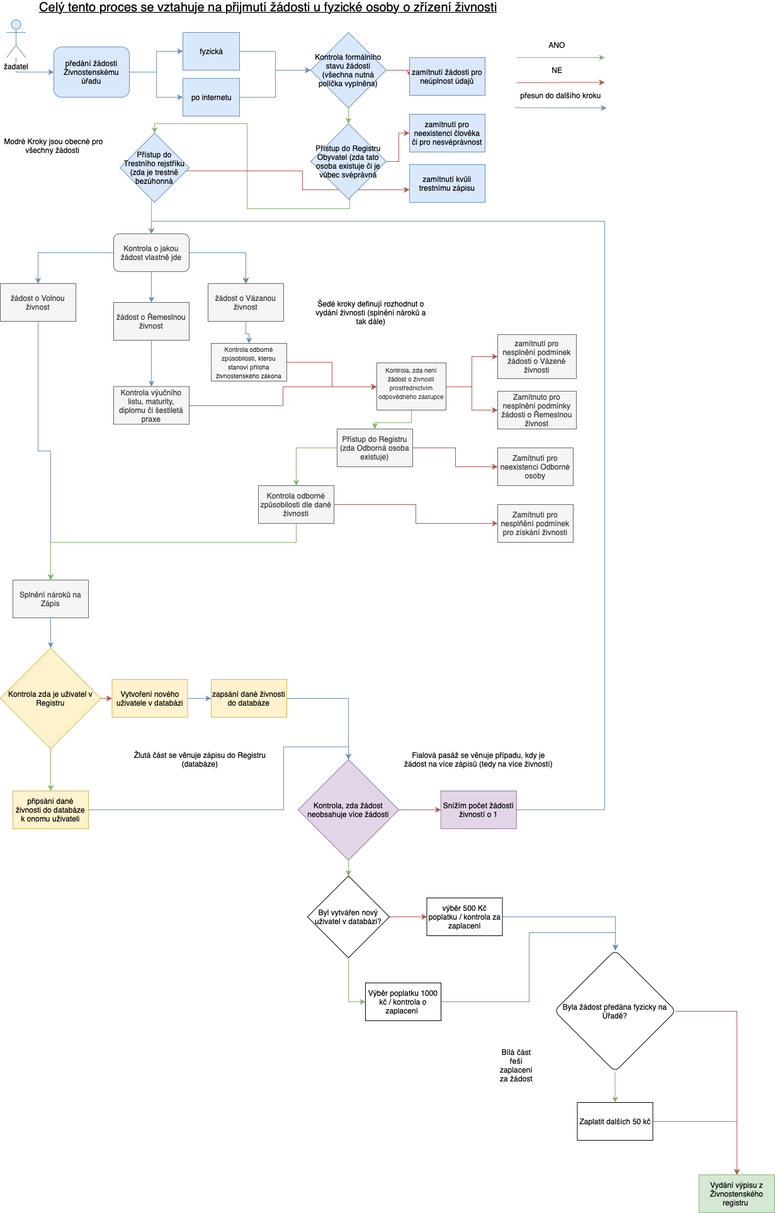
ridlees/Zivnostensky_urad keeps this draw.io diagram as Registrace živnostníka - proces.png. Above is the earlier version. Source tidied: cells renumbered, new cells last; positions are measured from the earlier drawing's top-left corner, leaving out a move shared by most shapes.
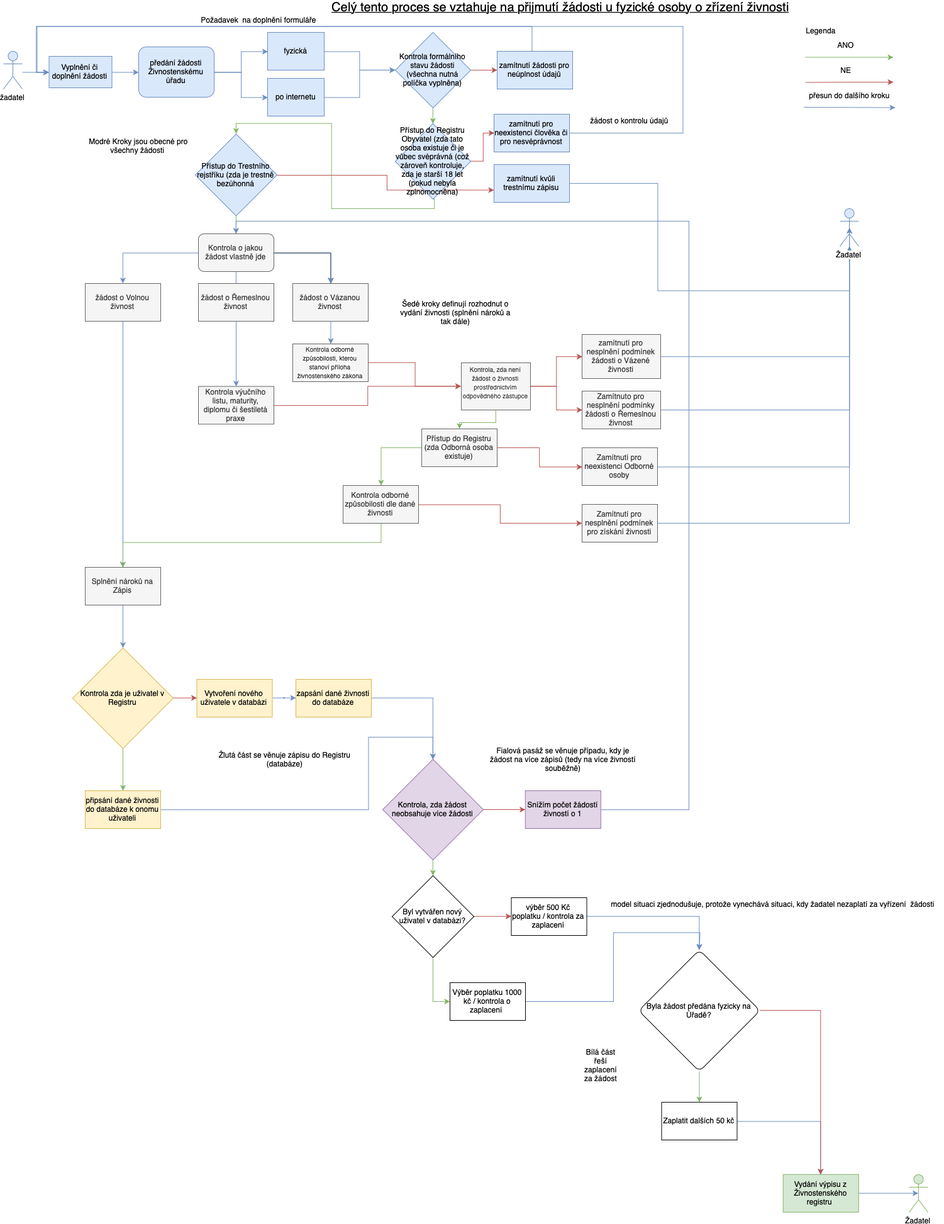
The same diagram one commit later.

Commit message:
Added Registrace živnostníka - proces.png

Change to the diagram source:
```diff
@@ -35,4 +35,3 @@
         <Array as="points">
-          <mxPoint x="292" y="270" />
-          <mxPoint x="480" y="270" />
+          <mxPoint x="480" y="277" />
           <mxPoint x="480" y="300" />
@@ -41,6 +40,4 @@
     </mxCell>
-    <mxCell id="10" style="edgeStyle=orthogonalEdgeStyle;rounded=0;jettySize=auto;html=1;entryX=0.5;entryY=0;entryDx=0;entryDy=0;fillColor=#d5e8d4;strokeColor=#82b366;" parent="1" edge="1" target="20">
-      <mxGeometry relative="1" as="geometry">
-        <mxPoint x="240.3" y="300" as="sourcePoint" />
-      </mxGeometry>
+    <mxCell id="10" style="edgeStyle=orthogonalEdgeStyle;rounded=0;jettySize=auto;html=1;entryX=0.5;entryY=0;entryDx=0;entryDy=0;fillColor=#d5e8d4;strokeColor=#82b366;exitX=0.5;exitY=1;exitDx=0;exitDy=0;" parent="1" edge="1" source="85" target="20">
+      <mxGeometry relative="1" as="geometry" />
     </mxCell>
@@ -58,4 +55,13 @@
     </mxCell>
+    <mxCell id="93" style="edgeStyle=orthogonalEdgeStyle;rounded=0;jettySize=auto;html=1;entryX=0;entryY=0.5;entryDx=0;entryDy=0;fillColor=#dae8fc;strokeColor=#6c8ebf;exitX=0.5;exitY=0;exitDx=0;exitDy=0;" parent="1" edge="1" source="15" target="103">
+      <mxGeometry relative="1" as="geometry">
+        <Array as="points">
+          <mxPoint x="710" y="41" />
+          <mxPoint x="-77" y="41" />
+          <mxPoint x="-77" y="113" />
+        </Array>
+      </mxGeometry>
+    </mxCell>
     <mxCell id="15" value="zamítnutí žádosti pro neúplnost údajů" style="rounded=0;whiteSpace=wrap;html=1;fillColor=#dae8fc;strokeColor=#6c8ebf;" parent="1" vertex="1">
-      <mxGeometry x="650" y="90" width="120" height="60" as="geometry" />
+      <mxGeometry x="655" y="80" width="120" height="60" as="geometry" />
     </mxCell>
@@ -76,2 +82,12 @@
     </mxCell>
+    <mxCell id="94" style="edgeStyle=orthogonalEdgeStyle;rounded=0;jettySize=auto;html=1;fillColor=#dae8fc;strokeColor=#6c8ebf;entryX=0;entryY=0.5;entryDx=0;entryDy=0;" parent="1" edge="1" source="21" target="103">
+      <mxGeometry relative="1" as="geometry">
+        <Array as="points">
+          <mxPoint x="950" y="210" />
+          <mxPoint x="950" y="41" />
+          <mxPoint x="-78" y="41" />
+          <mxPoint x="-78" y="113" />
+        </Array>
+      </mxGeometry>
+    </mxCell>
     <mxCell id="21" value="zamítnutí pro neexistenci člověka či pro nesvéprávnost" style="rounded=0;whiteSpace=wrap;html=1;fillColor=#dae8fc;strokeColor=#6c8ebf;" parent="1" vertex="1">
@@ -95,4 +111,13 @@
     <mxCell id="27" value="žádost o Řemeslnou živnost" style="rounded=0;whiteSpace=wrap;html=1;fillColor=#f5f5f5;strokeColor=#666666;fontColor=#333333;" parent="1" vertex="1">
-      <mxGeometry x="180" y="479" width="120" height="60" as="geometry" />
+      <mxGeometry x="180" y="449" width="120" height="60" as="geometry" />
     </mxCell>
+    <mxCell id="95" style="edgeStyle=orthogonalEdgeStyle;rounded=0;jettySize=auto;html=1;fillColor=#dae8fc;strokeColor=#6c8ebf;" parent="1" edge="1" source="28" target="106">
+      <mxGeometry relative="1" as="geometry">
+        <Array as="points">
+          <mxPoint x="910" y="290" />
+          <mxPoint x="910" y="461" />
+          <mxPoint x="1215" y="461" />
+        </Array>
+      </mxGeometry>
+    </mxCell>
     <mxCell id="28" value="zamítnutí kvůli trestnímu zápisu" style="rounded=0;whiteSpace=wrap;html=1;fillColor=#dae8fc;strokeColor=#6c8ebf;" parent="1" vertex="1">
@@ -107,3 +132,3 @@
     <mxCell id="31" value="&lt;font style=&quot;font-size: 10px&quot;&gt;Kontrola&amp;nbsp;&lt;span style=&quot;color: rgb(34 , 34 , 34) ; font-family: sans-serif ; text-align: left ; background-color: rgb(255 , 255 , 255)&quot;&gt;odborné způsobilosti, kterou stanoví příloha živnostenského zákona&lt;/span&gt;&lt;/font&gt;" style="rounded=0;whiteSpace=wrap;html=1;fillColor=#f5f5f5;strokeColor=#666666;fontColor=#333333;" parent="1" vertex="1">
-      <mxGeometry x="335" y="544" width="120" height="60" as="geometry" />
+      <mxGeometry x="330" y="545" width="120" height="60" as="geometry" />
     </mxCell>
@@ -115,2 +140,5 @@
     </mxCell>
+    <mxCell id="96" style="edgeStyle=orthogonalEdgeStyle;rounded=0;jettySize=auto;html=1;fillColor=#dae8fc;strokeColor=#6c8ebf;" parent="1" edge="1" source="34" target="106">
+      <mxGeometry relative="1" as="geometry" />
+    </mxCell>
     <mxCell id="34" value="Zamítnuto pro nesplnění podmínky žádosti o Řemeslnou živnost" style="rounded=0;whiteSpace=wrap;html=1;fillColor=#f5f5f5;strokeColor=#666666;fontColor=#333333;" parent="1" vertex="1">
@@ -128,4 +156,4 @@
           <mxPoint x="450" y="1285" />
-          <mxPoint x="450" y="1185" />
-          <mxPoint x="553" y="1185" />
+          <mxPoint x="450" y="1170" />
+          <mxPoint x="553" y="1170" />
         </Array>
@@ -134,3 +162,3 @@
     <mxCell id="38" value="připsání dané živnosti do databáze k onomu uživateli" style="rounded=0;whiteSpace=wrap;html=1;fillColor=#fff2cc;strokeColor=#d6b656;" parent="1" vertex="1">
-      <mxGeometry x="20" y="1255" width="120" height="60" as="geometry" />
+      <mxGeometry y="1255" width="120" height="60" as="geometry" />
     </mxCell>
@@ -142,2 +170,5 @@
     </mxCell>
+    <mxCell id="97" style="edgeStyle=orthogonalEdgeStyle;rounded=0;jettySize=auto;html=1;entryX=0.5;entryY=0.5;entryDx=0;entryDy=0;entryPerimeter=0;fillColor=#dae8fc;strokeColor=#6c8ebf;" parent="1" edge="1" source="41" target="104">
+      <mxGeometry relative="1" as="geometry" />
+    </mxCell>
     <mxCell id="41" value="Vydání výpisu z Živnostenského registru&amp;nbsp;" style="rounded=0;whiteSpace=wrap;html=1;fillColor=#d5e8d4;strokeColor=#82b366;" parent="1" vertex="1">
@@ -164,13 +195,14 @@
     <mxCell id="46" value="&lt;font style=&quot;font-size: 20px&quot;&gt;&lt;u&gt;Celý tento proces se vztahuje na přijmutí žádosti u fyzické osoby o zřízení živnosti&lt;/u&gt;&lt;/font&gt;" style="text;html=1;strokeColor=none;fillColor=none;align=center;verticalAlign=middle;whiteSpace=wrap;rounded=0;" parent="1" vertex="1">
-      <mxGeometry x="60" width="730" height="20" as="geometry" />
+      <mxGeometry x="390" width="730" height="20" as="geometry" />
     </mxCell>
-    <mxCell id="47" style="edgeStyle=orthogonalEdgeStyle;rounded=0;jettySize=auto;html=1;fillColor=#dae8fc;strokeColor=#6c8ebf;entryX=0;entryY=0.5;entryDx=0;entryDy=0;" parent="1" edge="1" source="48" target="4">
-      <mxGeometry relative="1" as="geometry">
-        <Array as="points">
-          <mxPoint x="25" y="113" />
-        </Array>
-      </mxGeometry>
-    </mxCell>
+    <mxCell id="98" style="edgeStyle=orthogonalEdgeStyle;rounded=0;jettySize=auto;html=1;fillColor=#dae8fc;strokeColor=#6c8ebf;" parent="1" edge="1" source="48" target="103">
+      <mxGeometry relative="1" as="geometry">
+        <Array as="points">
+          <mxPoint x="-90" y="113" />
+          <mxPoint x="-90" y="113" />
+        </Array>
+      </mxGeometry>
+    </mxCell>
     <mxCell id="48" value="žadatel" style="shape=umlActor;verticalLabelPosition=bottom;labelBackgroundColor=#ffffff;verticalAlign=top;html=1;fillColor=#dae8fc;strokeColor=#6c8ebf;" parent="1" vertex="1">
-      <mxGeometry x="10" y="30" width="30" height="60" as="geometry" />
+      <mxGeometry x="-130" y="80" width="30" height="60" as="geometry" />
     </mxCell>
@@ -188,2 +220,9 @@
     </mxCell>
+    <mxCell id="99" style="edgeStyle=orthogonalEdgeStyle;rounded=0;jettySize=auto;html=1;fillColor=#dae8fc;strokeColor=#6c8ebf;" parent="1" edge="1" source="53" target="106">
+      <mxGeometry relative="1" as="geometry">
+        <Array as="points">
+          <mxPoint x="1215" y="565" />
+        </Array>
+      </mxGeometry>
+    </mxCell>
     <mxCell id="53" value="zamítnutí pro nesplnění podmínek žádosti o Vázené živnosti" style="html=1;align=center;whiteSpace=wrap;fillColor=#f5f5f5;strokeColor=#666666;fontColor=#333333;" parent="1" vertex="1">
@@ -207,3 +246,3 @@
     <mxCell id="57" value="Splnění nároků na Zápis" style="rounded=0;whiteSpace=wrap;html=1;fillColor=#f5f5f5;strokeColor=#666666;fontColor=#333333;" parent="1" vertex="1">
-      <mxGeometry x="20" y="920" width="120" height="60" as="geometry" />
+      <mxGeometry y="900" width="120" height="60" as="geometry" />
     </mxCell>
@@ -220,4 +259,4 @@
       <mxGeometry relative="1" as="geometry">
-        <mxPoint x="820" y="90" as="sourcePoint" />
-        <mxPoint x="960" y="90" as="targetPoint" />
+        <mxPoint x="1145" y="89.5" as="sourcePoint" />
+        <mxPoint x="1285" y="89.5" as="targetPoint" />
       </mxGeometry>
@@ -226,6 +265,6 @@
       <mxGeometry relative="1" as="geometry">
-        <mxPoint x="820" y="130" as="sourcePoint" />
-        <mxPoint x="960" y="129.5" as="targetPoint" />
+        <mxPoint x="1145" y="129.5" as="sourcePoint" />
+        <mxPoint x="1285" y="129" as="targetPoint" />
         <Array as="points">
-          <mxPoint x="890" y="129.5" />
+          <mxPoint x="1215" y="129" />
         </Array>
@@ -234,7 +273,10 @@
     <mxCell id="63" value="ANO" style="text;html=1;strokeColor=none;fillColor=none;align=center;verticalAlign=middle;whiteSpace=wrap;rounded=0;" parent="1" vertex="1">
-      <mxGeometry x="864" y="60" width="40" height="20" as="geometry" />
+      <mxGeometry x="1189" y="59.5" width="40" height="20" as="geometry" />
     </mxCell>
     <mxCell id="64" value="NE" style="text;html=1;strokeColor=none;fillColor=none;align=center;verticalAlign=middle;whiteSpace=wrap;rounded=0;" parent="1" vertex="1">
-      <mxGeometry x="864.5" y="100" width="40" height="20" as="geometry" />
+      <mxGeometry x="1189.5" y="99.5" width="40" height="20" as="geometry" />
     </mxCell>
+    <mxCell id="100" style="edgeStyle=orthogonalEdgeStyle;rounded=0;jettySize=auto;html=1;entryX=0.5;entryY=0.5;entryDx=0;entryDy=0;entryPerimeter=0;fillColor=#dae8fc;strokeColor=#6c8ebf;" parent="1" edge="1" source="65" target="106">
+      <mxGeometry relative="1" as="geometry" />
+    </mxCell>
     <mxCell id="65" value="Zamítnutí pro neexistenci Odborné osoby" style="rounded=0;whiteSpace=wrap;html=1;fillColor=#f5f5f5;strokeColor=#666666;fontColor=#333333;" parent="1" vertex="1">
@@ -249,3 +291,3 @@
           <mxPoint x="470" y="860" />
-          <mxPoint x="80" y="860" />
+          <mxPoint x="60" y="860" />
         </Array>
@@ -258,4 +300,4 @@
       <mxGeometry relative="1" as="geometry">
-        <mxPoint x="817.5" y="169.5" as="sourcePoint" />
-        <mxPoint x="963" y="170" as="targetPoint" />
+        <mxPoint x="1142.5" y="169" as="sourcePoint" />
+        <mxPoint x="1288" y="169.5" as="targetPoint" />
       </mxGeometry>
@@ -263,5 +305,8 @@
     <mxCell id="70" value="přesun do dalšího kroku" style="text;html=1;strokeColor=none;fillColor=none;align=center;verticalAlign=middle;whiteSpace=wrap;rounded=0;" parent="1" vertex="1">
-      <mxGeometry x="810" y="140" width="160" height="20" as="geometry" />
+      <mxGeometry x="1135" y="139.5" width="160" height="20" as="geometry" />
     </mxCell>
+    <mxCell id="101" style="edgeStyle=orthogonalEdgeStyle;rounded=0;jettySize=auto;html=1;entryX=0.5;entryY=0.5;entryDx=0;entryDy=0;entryPerimeter=0;fillColor=#dae8fc;strokeColor=#6c8ebf;" parent="1" edge="1" source="71" target="106">
+      <mxGeometry relative="1" as="geometry" />
+    </mxCell>
-    <mxCell id="71" value="Zamítnutí pro nesplňění podmínek pro získání živnosti" style="rounded=0;whiteSpace=wrap;html=1;fillColor=#f5f5f5;strokeColor=#666666;fontColor=#333333;" parent="1" vertex="1">
+    <mxCell id="71" value="Zamítnutí pro nesplnění podmínek pro získání živnosti" style="rounded=0;whiteSpace=wrap;html=1;fillColor=#f5f5f5;strokeColor=#666666;fontColor=#333333;" parent="1" vertex="1">
       <mxGeometry x="790" y="800" width="120" height="60" as="geometry" />
@@ -303,3 +348,3 @@
     <mxCell id="82" value="&lt;span style=&quot;white-space: normal&quot;&gt;Kontrola zda je uživatel v Registru&lt;/span&gt;" style="rhombus;whiteSpace=wrap;html=1;fillColor=#fff2cc;strokeColor=#d6b656;" parent="1" vertex="1">
-      <mxGeometry y="1028" width="160" height="160" as="geometry" />
+      <mxGeometry x="-20" y="1028" width="160" height="160" as="geometry" />
     </mxCell>
@@ -308,3 +353,3 @@
     </mxCell>
-    <mxCell id="84" value="&lt;span style=&quot;white-space: normal&quot;&gt;Přístup do Registru Obyvatel (zda tato osoba existuje či je vůbec svéprávná&lt;/span&gt;" style="rhombus;whiteSpace=wrap;html=1;fillColor=#dae8fc;strokeColor=#6c8ebf;" parent="1" vertex="1">
+    <mxCell id="84" value="&lt;span style=&quot;white-space: normal&quot;&gt;Přístup do Registru Obyvatel (zda tato osoba existuje či je vůbec svéprávná (což zároveň kontroluje, zda je starší 18 let (pokud nebyla zplnomocněna)&lt;/span&gt;" style="rhombus;whiteSpace=wrap;html=1;fillColor=#dae8fc;strokeColor=#6c8ebf;" parent="1" vertex="1">
       <mxGeometry x="493" y="195" width="120" height="120" as="geometry" />
@@ -312,3 +357,3 @@
     <mxCell id="85" value="&lt;span style=&quot;white-space: normal&quot;&gt;Přístup do Trestního rejstříku (zda je trestně bezúhonná&lt;/span&gt;" style="rhombus;whiteSpace=wrap;html=1;fillColor=#dae8fc;strokeColor=#6c8ebf;" parent="1" vertex="1">
-      <mxGeometry x="190" y="210" width="110" height="110" as="geometry" />
+      <mxGeometry x="175" y="211.5" width="130" height="130" as="geometry" />
     </mxCell>
@@ -329,3 +374,3 @@
     </mxCell>
-    <mxCell id="91" value="Fialová pasáž se věnuje případu, kdy je žádost na více zápisů (tedy na více živností)" style="text;html=1;strokeColor=none;fillColor=none;align=center;verticalAlign=middle;whiteSpace=wrap;rounded=0;" parent="1" vertex="1">
+    <mxCell id="91" value="Fialová pasáž se věnuje případu, kdy je žádost na více zápisů (tedy na více živností souběžně)" style="text;html=1;strokeColor=none;fillColor=none;align=center;verticalAlign=middle;whiteSpace=wrap;rounded=0;" parent="1" vertex="1">
       <mxGeometry x="635" y="1195" width="250" height="20" as="geometry" />
@@ -335,2 +380,26 @@
     </mxCell>
+    <mxCell id="102" style="edgeStyle=orthogonalEdgeStyle;rounded=0;jettySize=auto;html=1;fillColor=#dae8fc;strokeColor=#6c8ebf;" parent="1" edge="1" source="103" target="4">
+      <mxGeometry relative="1" as="geometry" />
+    </mxCell>
+    <mxCell id="103" value="Vyplnění či doplnění žádosti" style="rounded=0;whiteSpace=wrap;html=1;fillColor=#dae8fc;strokeColor=#6c8ebf;" parent="1" vertex="1">
+      <mxGeometry x="-57.5" y="88" width="100" height="50" as="geometry" />
+    </mxCell>
+    <mxCell id="104" value="Žadatel" style="shape=umlActor;verticalLabelPosition=bottom;labelBackgroundColor=#ffffff;verticalAlign=top;html=1;outlineConnect=0;fillColor=#d5e8d4;strokeColor=#82b366;" parent="1" vertex="1">
+      <mxGeometry x="1310" y="1865" width="30" height="60" as="geometry" />
+    </mxCell>
+    <mxCell id="105" value="Požadavek &amp;nbsp;na doplnění formuláře" style="text;html=1;strokeColor=none;fillColor=none;align=center;verticalAlign=middle;whiteSpace=wrap;rounded=0;" parent="1" vertex="1">
+      <mxGeometry x="120" y="20" width="310" height="20" as="geometry" />
+    </mxCell>
+    <mxCell id="106" value="Žadatel" style="shape=umlActor;verticalLabelPosition=bottom;labelBackgroundColor=#ffffff;verticalAlign=top;html=1;outlineConnect=0;fillColor=#dae8fc;strokeColor=#6c8ebf;" parent="1" vertex="1">
+      <mxGeometry x="1200" y="330" width="30" height="60" as="geometry" />
+    </mxCell>
+    <mxCell id="107" value="žádost o kontrolu údajů" style="text;html=1;strokeColor=none;fillColor=none;align=center;verticalAlign=middle;whiteSpace=wrap;rounded=0;" parent="1" vertex="1">
+      <mxGeometry x="770" y="180" width="190" height="20" as="geometry" />
+    </mxCell>
+    <mxCell id="108" value="Legenda" style="text;html=1;strokeColor=none;fillColor=none;align=center;verticalAlign=middle;whiteSpace=wrap;rounded=0;" parent="1" vertex="1">
+      <mxGeometry x="1149" y="37" width="40" height="20" as="geometry" />
+    </mxCell>
+    <mxCell id="109" value="model situaci zjednodušuje, protože vynechává situaci, kdy žadatel nezaplatí za vyřízení &amp;nbsp;žádosti" style="text;html=1;strokeColor=none;fillColor=none;align=center;verticalAlign=middle;whiteSpace=wrap;rounded=0;" parent="1" vertex="1">
+      <mxGeometry x="820" y="1425" width="545" height="20" as="geometry" />
+    </mxCell>
   </root>
```
